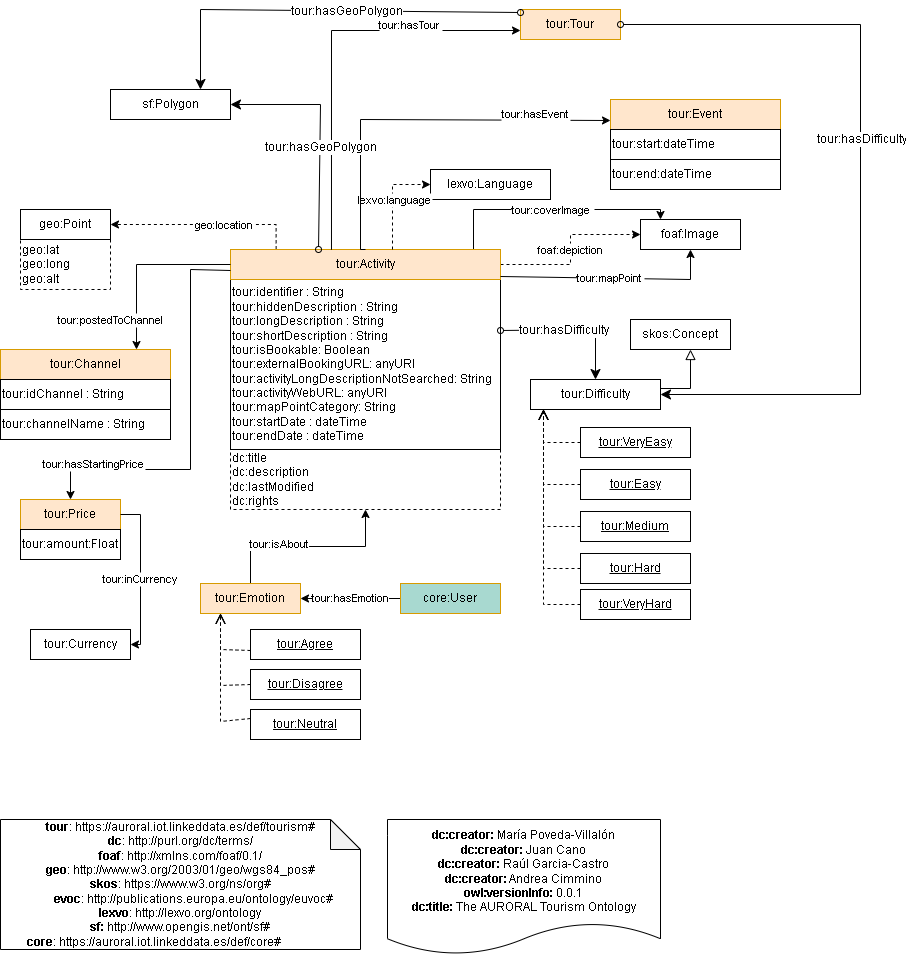
The draw.io diagram diagrams/tourism.png in oeg-upm/auroral-tourism-ontology, before a commit. Source tidied: cells renumbered, new cells last; positions are measured from the earlier drawing's top-left corner, leaving out a move shared by most shapes.
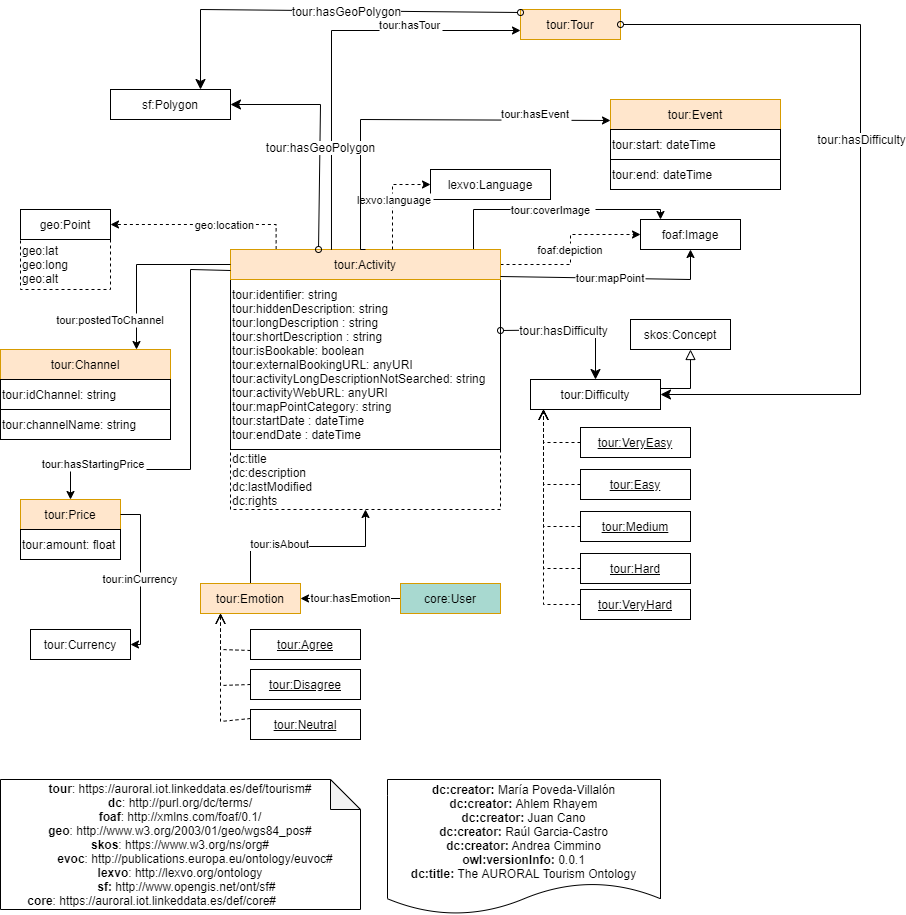
The same file after the commit.

The edit, as a diff of the source:
```diff
@@ -2,11 +2,11 @@
   <root>
     <mxCell id="0" />
     <mxCell id="1" parent="0" />
-    <mxCell id="2" value="&lt;div&gt;&lt;b&gt;dc:creator:&lt;/b&gt;&amp;nbsp;María Poveda-Villalón&lt;/div&gt;&lt;div&gt;&lt;div&gt;&lt;b&gt;dc:creator:&lt;/b&gt;&amp;nbsp;Juan Cano&lt;/div&gt;&lt;/div&gt;&lt;div&gt;&lt;div&gt;&lt;b&gt;dc:creator:&lt;/b&gt;&amp;nbsp;Raúl Garcia-Castro&lt;/div&gt;&lt;/div&gt;&lt;div&gt;&lt;div&gt;&lt;b&gt;dc:creator:&lt;/b&gt;&amp;nbsp;Andrea Cimmino&lt;/div&gt;&lt;/div&gt;&lt;div&gt;&lt;b&gt;owl:versionInfo:&lt;/b&gt; 0.0.1&lt;/div&gt;&lt;div&gt;&lt;b&gt;dc:title:&lt;/b&gt; The AURORAL Tourism Ontology&lt;/div&gt;" style="shape=document;whiteSpace=wrap;html=1;boundedLbl=1;labelBackgroundColor=#ffffff;strokeColor=#000000;fontSize=12;fontColor=#000000;size=0.23333333333333334;" parent="1" vertex="1">
-      <mxGeometry x="387" y="810" width="273" height="135" as="geometry" />
+    <mxCell id="2" value="&lt;div&gt;&lt;b&gt;dc:creator:&lt;/b&gt;&amp;nbsp;María Poveda-Villalón&lt;/div&gt;&lt;div&gt;&lt;b&gt;dc:creator:&lt;/b&gt; Ahlem Rhayem&lt;/div&gt;&lt;div&gt;&lt;div&gt;&lt;b&gt;dc:creator:&lt;/b&gt;&amp;nbsp;Juan Cano&lt;/div&gt;&lt;/div&gt;&lt;div&gt;&lt;div&gt;&lt;b&gt;dc:creator:&lt;/b&gt;&amp;nbsp;Raúl Garcia-Castro&lt;/div&gt;&lt;/div&gt;&lt;div&gt;&lt;div&gt;&lt;b&gt;dc:creator:&lt;/b&gt;&amp;nbsp;Andrea Cimmino&lt;/div&gt;&lt;/div&gt;&lt;div&gt;&lt;b&gt;owl:versionInfo:&lt;/b&gt; 0.0.1&lt;/div&gt;&lt;div&gt;&lt;b&gt;dc:title:&lt;/b&gt; The AURORAL Tourism Ontology&lt;/div&gt;" style="shape=document;whiteSpace=wrap;html=1;boundedLbl=1;labelBackgroundColor=#ffffff;strokeColor=#000000;fontSize=12;fontColor=#000000;size=0.23333333333333334;" parent="1" vertex="1">
+      <mxGeometry x="387" y="770" width="273" height="135" as="geometry" />
     </mxCell>
     <mxCell id="3" value="&lt;div&gt;&lt;b&gt;tour&lt;/b&gt;&lt;span&gt;:&amp;nbsp;https://auroral.iot.linkeddata.es/def/tourism#&lt;/span&gt;&lt;br&gt;&lt;/div&gt;&lt;div&gt;&lt;b&gt;dc&lt;/b&gt;: http://purl.org/dc/terms/&lt;br style=&quot;padding: 0px ; margin: 0px&quot;&gt;&lt;b&gt;foaf&lt;/b&gt;:&amp;nbsp;http://xmlns.com/foaf/0.1/&lt;br style=&quot;padding: 0px ; margin: 0px&quot;&gt;&lt;b&gt;geo&lt;/b&gt;: http://www.w3.org/2003/01/geo/wgs84_pos#&lt;br style=&quot;padding: 0px ; margin: 0px&quot;&gt;&lt;b&gt;skos&lt;/b&gt;:&amp;nbsp;https://www.w3.org/ns/org#&lt;/div&gt;&lt;div&gt;&lt;b&gt;&amp;nbsp; &amp;nbsp; &amp;nbsp; &amp;nbsp; &amp;nbsp;evoc&lt;/b&gt;: http://publications.europa.eu/ontology/euvoc#&lt;/div&gt;&lt;b&gt;lexvo&lt;/b&gt;:&amp;nbsp;http://lexvo.org/ontology&lt;br&gt;&lt;div style=&quot;text-align: left&quot;&gt;&lt;b&gt;&amp;nbsp; &amp;nbsp; &amp;nbsp; &amp;nbsp; &amp;nbsp; &amp;nbsp; &amp;nbsp; &amp;nbsp; &amp;nbsp; &amp;nbsp; &amp;nbsp;sf:&amp;nbsp;&lt;/b&gt;&lt;span&gt;http://www.opengis.net/ont/sf#&lt;/span&gt;&lt;/div&gt;&lt;div style=&quot;text-align: left&quot;&gt;&lt;span style=&quot;text-align: center&quot;&gt;&lt;b&gt;core&lt;/b&gt;:&amp;nbsp;https://auroral.iot.linkeddata.es/def/core#&lt;/span&gt;&lt;br style=&quot;padding: 0px ; margin: 0px ; text-align: center&quot;&gt;&lt;/div&gt;" style="shape=note;whiteSpace=wrap;html=1;backgroundOutline=1;darkOpacity=0.05;" parent="1" vertex="1">
-      <mxGeometry y="810" width="360" height="130" as="geometry" />
+      <mxGeometry y="770" width="360" height="130" as="geometry" />
     </mxCell>
     <mxCell id="4" value="dc:title&lt;br&gt;dc:description&lt;br&gt;dc:lastModified&lt;br&gt;dc:rights&lt;br&gt;" style="rounded=0;whiteSpace=wrap;html=1;snapToPoint=1;points=[[0.1,0],[0.2,0],[0.3,0],[0.4,0],[0.5,0],[0.6,0],[0.7,0],[0.8,0],[0.9,0],[0,0.1],[0,0.3],[0,0.5],[0,0.7],[0,0.9],[0.1,1],[0.2,1],[0.3,1],[0.4,1],[0.5,1],[0.6,1],[0.7,1],[0.8,1],[0.9,1],[1,0.1],[1,0.3],[1,0.5],[1,0.7],[1,0.9]];dashed=1;align=left;" parent="1" vertex="1">
       <mxGeometry x="230" y="440" width="270" height="60" as="geometry" />
@@ -43,7 +43,7 @@
         </Array>
       </mxGeometry>
     </mxCell>
-    <mxCell id="14" value="tour:identifier : String&lt;br&gt;tour:hiddenDescription : String&lt;br&gt;tour:longDescription : String&lt;br&gt;tour:shortDescription : String&lt;br&gt;tour:isBookable: Boolean&lt;br&gt;tour:externalBookingURL: anyURI&lt;br&gt;tour:activityLongDescriptionNotSearched: String&lt;br&gt;tour:activityWebURL: anyURI&lt;br&gt;tour:mapPointCategory: String&lt;br&gt;tour:startDate : dateTime&lt;br&gt;tour:endDate : dateTime" style="rounded=0;whiteSpace=wrap;html=1;snapToPoint=1;points=[[0.1,0],[0.2,0],[0.3,0],[0.4,0],[0.5,0],[0.6,0],[0.7,0],[0.8,0],[0.9,0],[0,0.1],[0,0.3],[0,0.5],[0,0.7],[0,0.9],[0.1,1],[0.2,1],[0.3,1],[0.4,1],[0.5,1],[0.6,1],[0.7,1],[0.8,1],[0.9,1],[1,0.1],[1,0.3],[1,0.5],[1,0.7],[1,0.9]];align=left;" parent="1" vertex="1">
+    <mxCell id="14" value="tour:identifier: string&lt;br&gt;tour:hiddenDescription: string&lt;br&gt;tour:longDescription : string&lt;br&gt;tour:shortDescription : string&lt;br&gt;tour:isBookable: boolean&lt;br&gt;tour:externalBookingURL: anyURI&lt;br&gt;tour:activityLongDescriptionNotSearched: string&lt;br&gt;tour:activityWebURL: anyURI&lt;br&gt;tour:mapPointCategory: string&lt;br&gt;tour:startDate : dateTime&lt;br&gt;tour:endDate : dateTime" style="rounded=0;whiteSpace=wrap;html=1;snapToPoint=1;points=[[0.1,0],[0.2,0],[0.3,0],[0.4,0],[0.5,0],[0.6,0],[0.7,0],[0.8,0],[0.9,0],[0,0.1],[0,0.3],[0,0.5],[0,0.7],[0,0.9],[0.1,1],[0.2,1],[0.3,1],[0.4,1],[0.5,1],[0.6,1],[0.7,1],[0.8,1],[0.9,1],[1,0.1],[1,0.3],[1,0.5],[1,0.7],[1,0.9]];align=left;" parent="1" vertex="1">
       <mxGeometry x="230" y="270" width="270" height="170" as="geometry" />
     </mxCell>
     <mxCell id="15" value="tour:Activity" style="rounded=0;whiteSpace=wrap;html=1;snapToPoint=1;points=[[0.1,0],[0.2,0],[0.3,0],[0.4,0],[0.5,0],[0.6,0],[0.7,0],[0.8,0],[0.9,0],[0,0.1],[0,0.3],[0,0.5],[0,0.7],[0,0.9],[0.1,1],[0.2,1],[0.3,1],[0.4,1],[0.5,1],[0.6,1],[0.7,1],[0.8,1],[0.9,1],[1,0.1],[1,0.3],[1,0.5],[1,0.7],[1,0.9]];fillColor=#ffe6cc;strokeColor=#d79b00;shadow=0;" parent="1" vertex="1">
@@ -55,7 +55,7 @@
     <mxCell id="17" value="tour:Channel" style="rounded=0;whiteSpace=wrap;html=1;snapToPoint=1;points=[[0.1,0],[0.2,0],[0.3,0],[0.4,0],[0.5,0],[0.6,0],[0.7,0],[0.8,0],[0.9,0],[0,0.1],[0,0.3],[0,0.5],[0,0.7],[0,0.9],[0.1,1],[0.2,1],[0.3,1],[0.4,1],[0.5,1],[0.6,1],[0.7,1],[0.8,1],[0.9,1],[1,0.1],[1,0.3],[1,0.5],[1,0.7],[1,0.9]];fillColor=#ffe6cc;strokeColor=#d79b00;shadow=0;" parent="1" vertex="1">
       <mxGeometry y="340" width="170" height="30" as="geometry" />
     </mxCell>
-    <mxCell id="18" value="tour:idChannel : String" style="rounded=0;whiteSpace=wrap;html=1;align=left;" parent="1" vertex="1">
+    <mxCell id="18" value="tour:idChannel: string" style="rounded=0;whiteSpace=wrap;html=1;align=left;" parent="1" vertex="1">
       <mxGeometry y="370" width="170" height="30" as="geometry" />
     </mxCell>
     <mxCell id="19" value="tour:postedToChannel" style="edgeStyle=orthogonalEdgeStyle;rounded=0;jettySize=auto;endArrow=classic;endFill=1;entryX=0.8;entryY=0;entryDx=0;entryDy=0;exitX=0;exitY=0.5;exitDx=0;exitDy=0;" parent="1" edge="1" source="15" target="17">
@@ -74,7 +74,7 @@
     <mxCell id="22" value="tour:Price" style="rounded=0;whiteSpace=wrap;html=1;snapToPoint=1;points=[[0.1,0],[0.2,0],[0.3,0],[0.4,0],[0.5,0],[0.6,0],[0.7,0],[0.8,0],[0.9,0],[0,0.1],[0,0.3],[0,0.5],[0,0.7],[0,0.9],[0.1,1],[0.2,1],[0.3,1],[0.4,1],[0.5,1],[0.6,1],[0.7,1],[0.8,1],[0.9,1],[1,0.1],[1,0.3],[1,0.5],[1,0.7],[1,0.9]];fillColor=#ffe6cc;strokeColor=#d79b00;shadow=0;" parent="1" vertex="1">
       <mxGeometry x="20" y="490" width="100" height="30" as="geometry" />
     </mxCell>
-    <mxCell id="23" value="tour:amount:Float" style="rounded=0;whiteSpace=wrap;html=1;align=left;" parent="1" vertex="1">
+    <mxCell id="23" value="tour:amount: float" style="rounded=0;whiteSpace=wrap;html=1;align=left;" parent="1" vertex="1">
       <mxGeometry x="20" y="520" width="100" height="30" as="geometry" />
     </mxCell>
     <mxCell id="24" value="tour:Currency" style="rounded=0;whiteSpace=wrap;html=1;snapToPoint=1;points=[[0.1,0],[0.2,0],[0.3,0],[0.4,0],[0.5,0],[0.6,0],[0.7,0],[0.8,0],[0.9,0],[0,0.1],[0,0.3],[0,0.5],[0,0.7],[0,0.9],[0.1,1],[0.2,1],[0.3,1],[0.4,1],[0.5,1],[0.6,1],[0.7,1],[0.8,1],[0.9,1],[1,0.1],[1,0.3],[1,0.5],[1,0.7],[1,0.9]];shadow=0;" parent="1" vertex="1">
@@ -127,7 +127,7 @@
     <mxCell id="36" style="endArrow=open;html=1;fontColor=#000099;endFill=0;dashed=1;entryX=0.1;entryY=1;entryDx=0;entryDy=0;endSize=8;exitX=0;exitY=0.5;exitDx=0;exitDy=0;edgeStyle=orthogonalEdgeStyle;arcSize=0;" parent="1" edge="1" source="31" target="9">
       <mxGeometry relative="1" as="geometry" />
     </mxCell>
-    <mxCell id="37" value="tour:channelName : String" style="rounded=0;whiteSpace=wrap;html=1;align=left;" parent="1" vertex="1">
+    <mxCell id="37" value="tour:channelName: string" style="rounded=0;whiteSpace=wrap;html=1;align=left;" parent="1" vertex="1">
       <mxGeometry y="400" width="170" height="30" as="geometry" />
     </mxCell>
     <mxCell id="38" value="sf:Polygon" style="rounded=0;whiteSpace=wrap;html=1;snapToPoint=1;points=[[0.1,0],[0.2,0],[0.3,0],[0.4,0],[0.5,0],[0.6,0],[0.7,0],[0.8,0],[0.9,0],[0,0.1],[0,0.3],[0,0.5],[0,0.7],[0,0.9],[0.1,1],[0.2,1],[0.3,1],[0.4,1],[0.5,1],[0.6,1],[0.7,1],[0.8,1],[0.9,1],[1,0.1],[1,0.3],[1,0.5],[1,0.7],[1,0.9]];" parent="1" vertex="1">
@@ -154,10 +154,10 @@
         </Array>
       </mxGeometry>
     </mxCell>
-    <mxCell id="43" value="tour:start:dateTime" style="rounded=0;whiteSpace=wrap;html=1;align=left;" parent="1" vertex="1">
+    <mxCell id="43" value="tour:start: dateTime" style="rounded=0;whiteSpace=wrap;html=1;align=left;" parent="1" vertex="1">
       <mxGeometry x="610" y="120" width="170" height="30" as="geometry" />
     </mxCell>
-    <mxCell id="44" value="tour:end:dateTime" style="rounded=0;whiteSpace=wrap;html=1;align=left;" parent="1" vertex="1">
+    <mxCell id="44" value="tour:end: dateTime" style="rounded=0;whiteSpace=wrap;html=1;align=left;" parent="1" vertex="1">
       <mxGeometry x="610" y="150" width="170" height="30" as="geometry" />
     </mxCell>
     <mxCell id="45" style="endArrow=classic;html=1;exitX=1;exitY=0.5;exitDx=0;exitDy=0;entryX=1;entryY=0.5;entryDx=0;entryDy=0;endSize=8;startArrow=oval;startFill=0;arcSize=0;rounded=0;" parent="1" edge="1" source="40" target="9">
```
